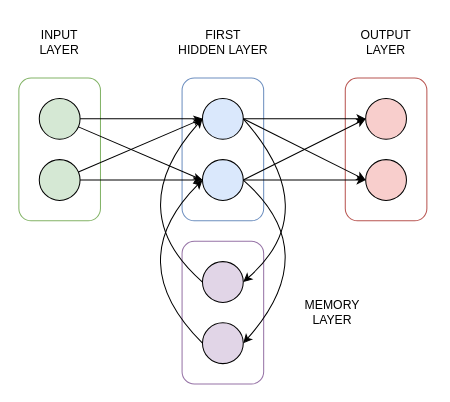
Before: Knowledge_Tracing/analysis_and_results/drawio schemes/Elman Recurrent Neural Network.drawio in SimoneSartoni/POST---NLP-for-KT, a draw.io diagram. Source tidied: cells renumbered, new cells numbered last; positions are measured from the earlier drawing's top-left corner, leaving out a move shared by most shapes. Both pictures are drawn from the tidied source at 102%, with x=0, y=0 at pixel (18, 27).
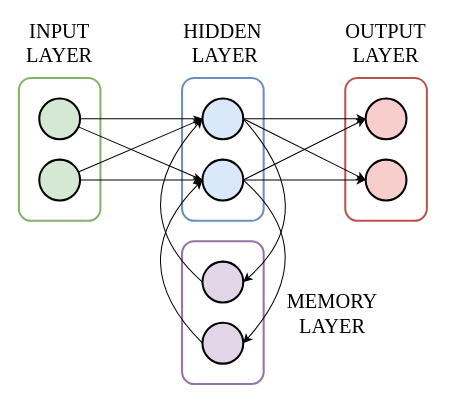
After the change.

Change to the diagram source:
```diff
@@
-    <mxCell id="2" style="rounded=1;whiteSpace=wrap;html=1;fillColor=none;strokeColor=#b85450;" parent="1" vertex="1">
+    <mxCell id="2" style="rounded=1;whiteSpace=wrap;html=1;fillColor=none;strokeColor=#b85450;strokeWidth=2;" parent="1" vertex="1">
       <mxGeometry x="320" y="50" width="80" height="140" as="geometry" />
     </mxCell>
-    <mxCell id="3" style="rounded=1;whiteSpace=wrap;html=1;fillColor=none;strokeColor=#6c8ebf;" parent="1" vertex="1">
+    <mxCell id="3" style="rounded=1;whiteSpace=wrap;html=1;fillColor=none;strokeColor=#6c8ebf;strokeWidth=2;" parent="1" vertex="1">
       <mxGeometry x="160" y="50" width="80" height="140" as="geometry" />
     </mxCell>
-    <mxCell id="4" style="rounded=1;whiteSpace=wrap;html=1;fillColor=none;strokeColor=#82b366;" parent="1" vertex="1">
+    <mxCell id="4" style="rounded=1;whiteSpace=wrap;html=1;fillColor=none;strokeColor=#82b366;strokeWidth=2;" parent="1" vertex="1">
       <mxGeometry y="50" width="80" height="140" as="geometry" />
     </mxCell>
@@
-    <mxCell id="7" style="ellipse;whiteSpace=wrap;html=1;fillColor=#d5e8d4;strokeColor=#000000;" parent="1" vertex="1">
+    <mxCell id="7" style="ellipse;whiteSpace=wrap;html=1;fillColor=#d5e8d4;strokeColor=#000000;strokeWidth=2;" parent="1" vertex="1">
       <mxGeometry x="20" y="70" width="40" height="40" as="geometry" />
     </mxCell>
-    <mxCell id="8" style="ellipse;whiteSpace=wrap;html=1;fillColor=#dae8fc;strokeColor=#000000;" parent="1" vertex="1">
+    <mxCell id="8" style="ellipse;whiteSpace=wrap;html=1;fillColor=#dae8fc;strokeColor=#000000;strokeWidth=2;" parent="1" vertex="1">
       <mxGeometry x="180" y="130" width="40" height="40" as="geometry" />
     </mxCell>
@@
-    <mxCell id="10" style="ellipse;whiteSpace=wrap;html=1;fillColor=#f8cecc;strokeColor=#000000;" parent="1" vertex="1">
+    <mxCell id="10" style="ellipse;whiteSpace=wrap;html=1;fillColor=#f8cecc;strokeColor=#000000;strokeWidth=2;" parent="1" vertex="1">
       <mxGeometry x="340" y="70" width="40" height="40" as="geometry" />
     </mxCell>
@@
-    <mxCell id="13" style="ellipse;whiteSpace=wrap;html=1;fillColor=#d5e8d4;strokeColor=#000000;" parent="1" vertex="1">
+    <mxCell id="13" style="ellipse;whiteSpace=wrap;html=1;fillColor=#d5e8d4;strokeColor=#000000;strokeWidth=2;" parent="1" vertex="1">
       <mxGeometry x="20" y="130" width="40" height="40" as="geometry" />
     </mxCell>
-    <mxCell id="14" style="ellipse;whiteSpace=wrap;html=1;fillColor=#f8cecc;strokeColor=#000000;" parent="1" vertex="1">
+    <mxCell id="14" style="ellipse;whiteSpace=wrap;html=1;fillColor=#f8cecc;strokeColor=#000000;strokeWidth=2;" parent="1" vertex="1">
       <mxGeometry x="340" y="130" width="40" height="40" as="geometry" />
     </mxCell>
-    <mxCell id="15" style="ellipse;whiteSpace=wrap;html=1;fillColor=#dae8fc;strokeColor=#000000;" parent="1" vertex="1">
+    <mxCell id="15" style="ellipse;whiteSpace=wrap;html=1;fillColor=#dae8fc;strokeColor=#000000;strokeWidth=2;" parent="1" vertex="1">
       <mxGeometry x="180" y="70" width="40" height="40" as="geometry" />
     </mxCell>
@@
-    <mxCell id="18" value="INPUT LAYER" style="text;html=1;strokeColor=none;fillColor=none;align=center;verticalAlign=middle;whiteSpace=wrap;rounded=0;" parent="1" vertex="1">
+    <mxCell id="18" value="INPUT LAYER" style="text;html=1;strokeColor=none;fillColor=none;align=center;verticalAlign=middle;whiteSpace=wrap;rounded=0;fontFamily=Times New Roman;fontSize=20;" parent="1" vertex="1">
       <mxGeometry x="5" width="70" height="30" as="geometry" />
     </mxCell>
-    <mxCell id="19" value="FIRST &lt;br&gt;HIDDEN LAYER" style="text;html=1;strokeColor=none;fillColor=none;align=center;verticalAlign=middle;whiteSpace=wrap;rounded=0;" parent="1" vertex="1">
-      <mxGeometry x="152.5" width="95" height="30" as="geometry" />
+    <mxCell id="19" value="HIDDEN&lt;br&gt;&amp;nbsp;LAYER" style="text;html=1;strokeColor=none;fillColor=none;align=center;verticalAlign=middle;whiteSpace=wrap;rounded=0;fontFamily=Times New Roman;fontSize=20;" parent="1" vertex="1">
+      <mxGeometry x="111.2" width="177.5" height="30" as="geometry" />
     </mxCell>
-    <mxCell id="20" value="OUTPUT LAYER" style="text;html=1;strokeColor=none;fillColor=none;align=center;verticalAlign=middle;whiteSpace=wrap;rounded=0;" parent="1" vertex="1">
+    <mxCell id="20" value="OUTPUT LAYER" style="text;html=1;strokeColor=none;fillColor=none;align=center;verticalAlign=middle;whiteSpace=wrap;rounded=0;fontFamily=Times New Roman;fontSize=20;" parent="1" vertex="1">
       <mxGeometry x="315" width="90" height="30" as="geometry" />
     </mxCell>
-    <mxCell id="21" style="rounded=1;whiteSpace=wrap;html=1;fillColor=none;strokeColor=#9673a6;" parent="1" vertex="1">
+    <mxCell id="21" style="rounded=1;whiteSpace=wrap;html=1;fillColor=none;strokeColor=#9673a6;strokeWidth=2;" parent="1" vertex="1">
       <mxGeometry x="160" y="210" width="80" height="140" as="geometry" />
     </mxCell>
-    <mxCell id="22" style="ellipse;whiteSpace=wrap;html=1;fillColor=#e1d5e7;strokeColor=#000000;" parent="1" vertex="1">
+    <mxCell id="22" style="ellipse;whiteSpace=wrap;html=1;fillColor=#e1d5e7;strokeColor=#000000;strokeWidth=2;" parent="1" vertex="1">
       <mxGeometry x="180" y="290" width="40" height="40" as="geometry" />
     </mxCell>
-    <mxCell id="23" style="ellipse;whiteSpace=wrap;html=1;fillColor=#e1d5e7;strokeColor=#000000;" parent="1" vertex="1">
+    <mxCell id="23" style="ellipse;whiteSpace=wrap;html=1;fillColor=#e1d5e7;strokeColor=#000000;strokeWidth=2;" parent="1" vertex="1">
       <mxGeometry x="180" y="230" width="40" height="40" as="geometry" />
     </mxCell>
@@
-    <mxCell id="29" value="MEMORY LAYER" style="text;html=1;strokeColor=none;fillColor=none;align=center;verticalAlign=middle;whiteSpace=wrap;rounded=0;" parent="1" vertex="1">
+    <mxCell id="29" value="MEMORY LAYER" style="text;html=1;strokeColor=none;fillColor=none;align=center;verticalAlign=middle;whiteSpace=wrap;rounded=0;fontFamily=Times New Roman;fontSize=20;" parent="1" vertex="1">
       <mxGeometry x="260" y="265" width="95" height="30" as="geometry" />
     </mxCell>
```
